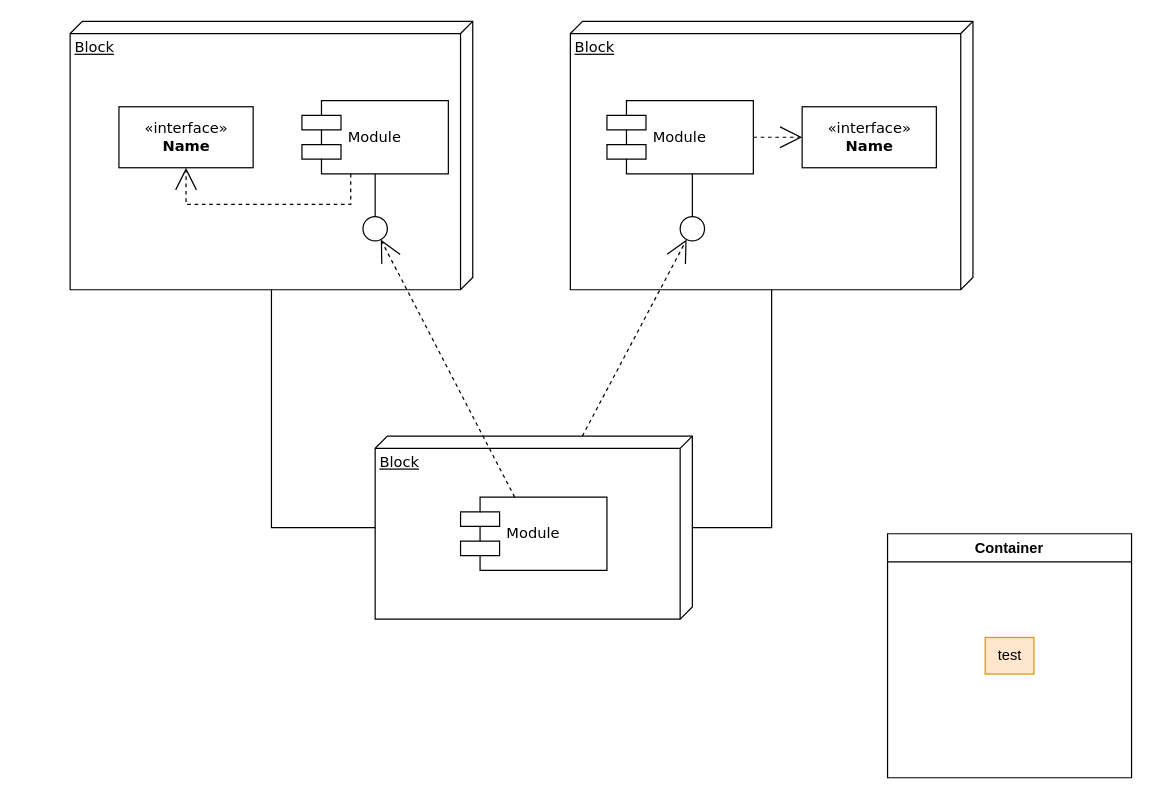
The draw.io diagram Untitled Diagram.drawio in a-panda-rar/hello-world, before the edit. Source tidied: cells renumbered, new cells numbered last; positions are measured from the earlier drawing's top-left corner, leaving out a move shared by most shapes. Both pictures are drawn from the tidied source at 122%, with x=0, y=0 at pixel (70, 21).
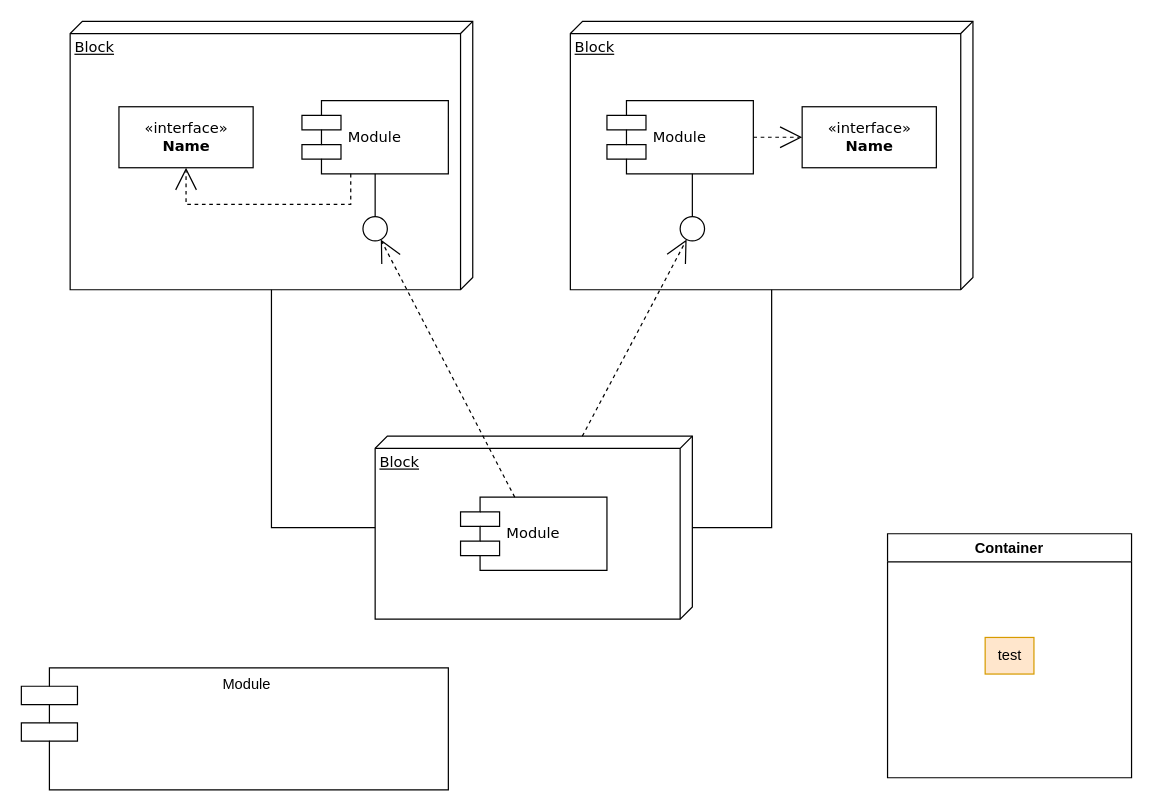
Above is the later version.

What changed in the source:
```diff
@@
+    <mxCell id="22" value="Module" style="shape=module;align=left;spacingLeft=20;align=center;verticalAlign=top;whiteSpace=wrap;html=1;jettyWidth=46;jettyHeight=15;" parent="1" vertex="1">
+      <mxGeometry x="-40" y="530" width="350" height="100" as="geometry" />
+    </mxCell>
```
